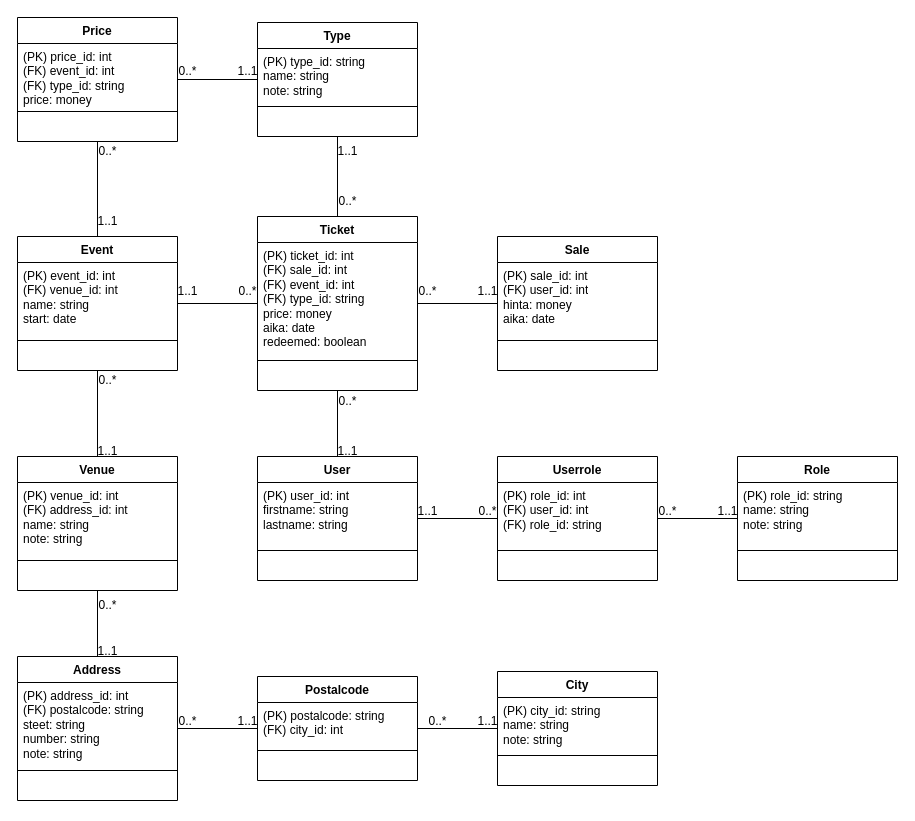
Earlier version of the draw.io diagram resources/DB_TicketGuru.drawio (jaolim/TicketGuru). Source tidied: cells renumbered, new cells numbered last; positions are measured from the earlier drawing's top-left corner, leaving out a move shared by most shapes. Both pictures are drawn from the tidied source at 100%, with x=0, y=0 at pixel (17, 17).
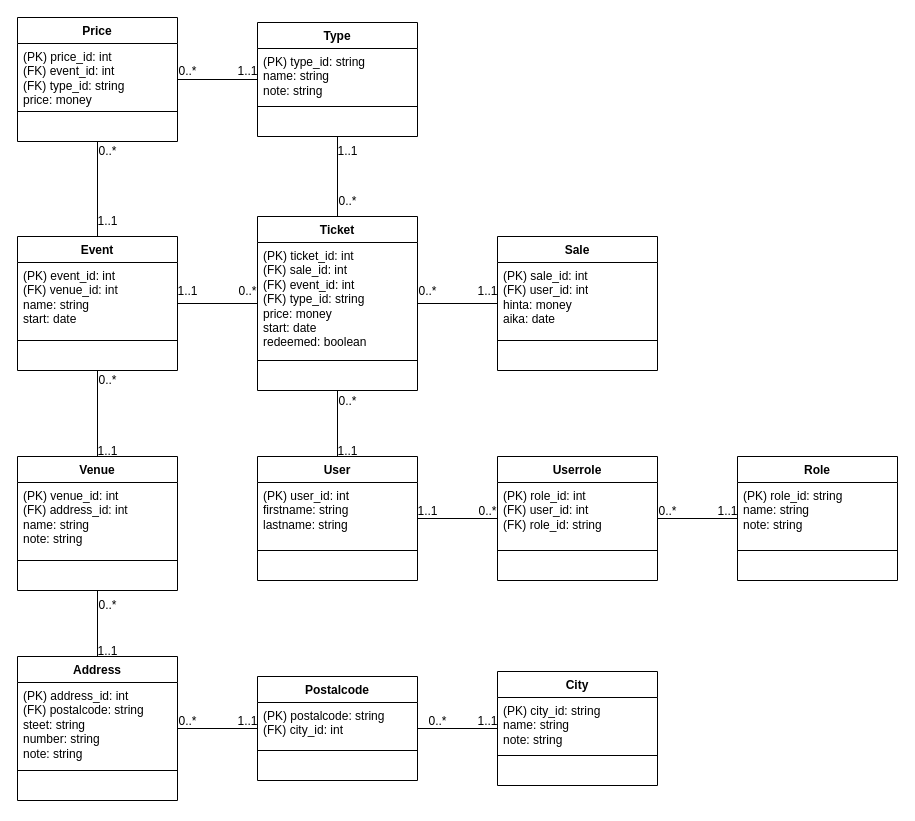
The same diagram, later.

Commit message (it also covers changes not shown here):
DB mallissa attribuutti muutettu englanniksi

The change refers to these unchanged cells:
```xml
<mxCell id="2" value="Ticket" style="swimlane;fontStyle=1;align=center;verticalAlign=top;horizontal=1;startSize=26;whiteSpace=wrap;html=1;" parent="1" vertex="1">
  <mxGeometry x="240" y="199" width="160" height="174" as="geometry" />
</mxCell>
```

Change to the diagram source:
```diff
@@
-    <mxCell id="3" value="(PK) ticket_id: int&lt;div&gt;(FK) sale_id: int&lt;br&gt;&lt;div&gt;(FK) event_id: int&lt;/div&gt;&lt;div&gt;(FK) type_id: string&lt;/div&gt;&lt;div&gt;price: money&lt;/div&gt;&lt;div&gt;aika: date&lt;/div&gt;&lt;div&gt;redeemed: boolean&lt;br&gt;&lt;div&gt;&lt;br&gt;&lt;/div&gt;&lt;/div&gt;&lt;/div&gt;" style="text;strokeColor=none;fillColor=none;align=left;verticalAlign=top;spacingLeft=4;spacingRight=4;overflow=hidden;whiteSpace=wrap;html=1;" parent="2" vertex="1">
+    <mxCell id="3" value="(PK) ticket_id: int&lt;div&gt;(FK) sale_id: int&lt;br&gt;&lt;div&gt;(FK) event_id: int&lt;/div&gt;&lt;div&gt;(FK) type_id: string&lt;/div&gt;&lt;div&gt;price: money&lt;/div&gt;&lt;div&gt;start: date&lt;/div&gt;&lt;div&gt;redeemed: boolean&lt;br&gt;&lt;div&gt;&lt;br&gt;&lt;/div&gt;&lt;/div&gt;&lt;/div&gt;" style="text;strokeColor=none;fillColor=none;align=left;verticalAlign=top;spacingLeft=4;spacingRight=4;overflow=hidden;whiteSpace=wrap;html=1;" parent="2" vertex="1">
       <mxGeometry y="26" width="160" height="114" as="geometry" />
     </mxCell>
```
